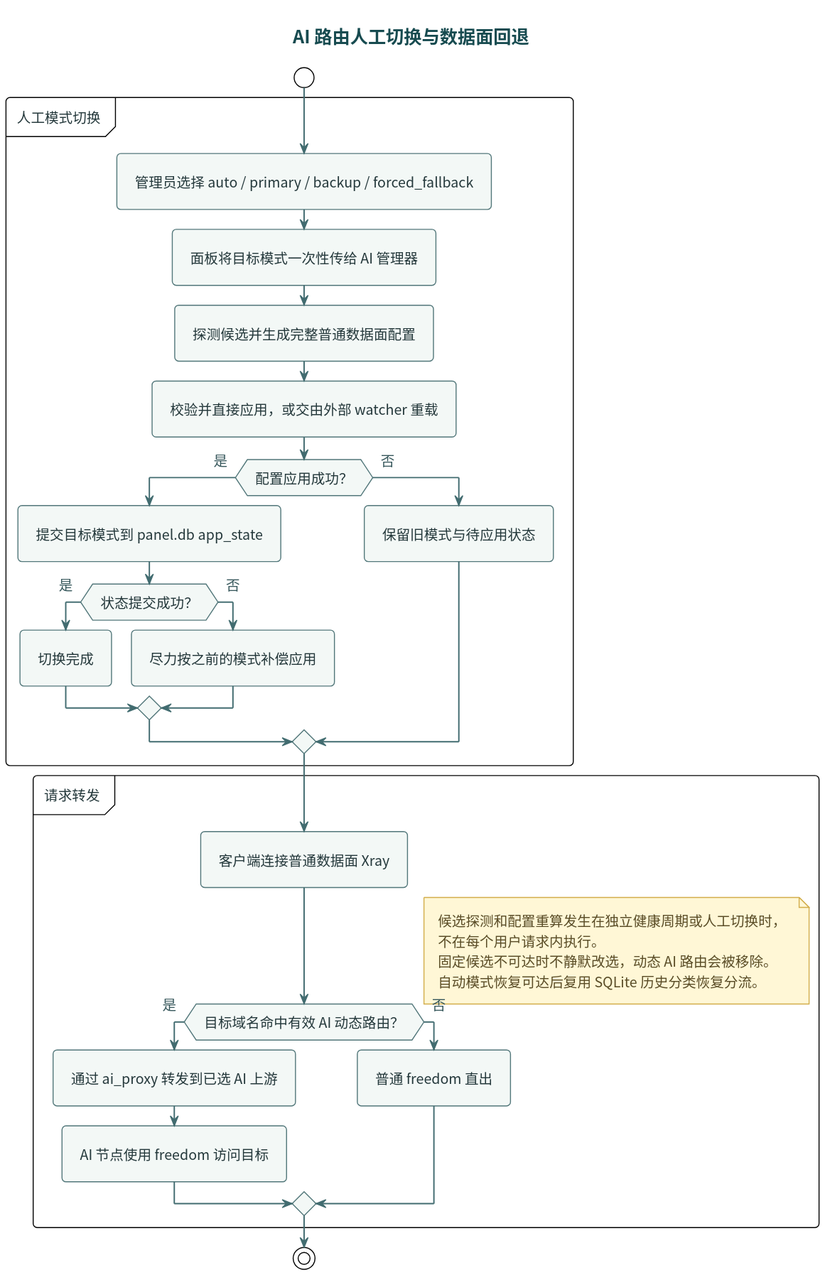
i-zrhe2016/ai-routing-panel keeps this PlantUML diagram as docs/diagrams/ai-routing-flow.svg. Above is the earlier version.
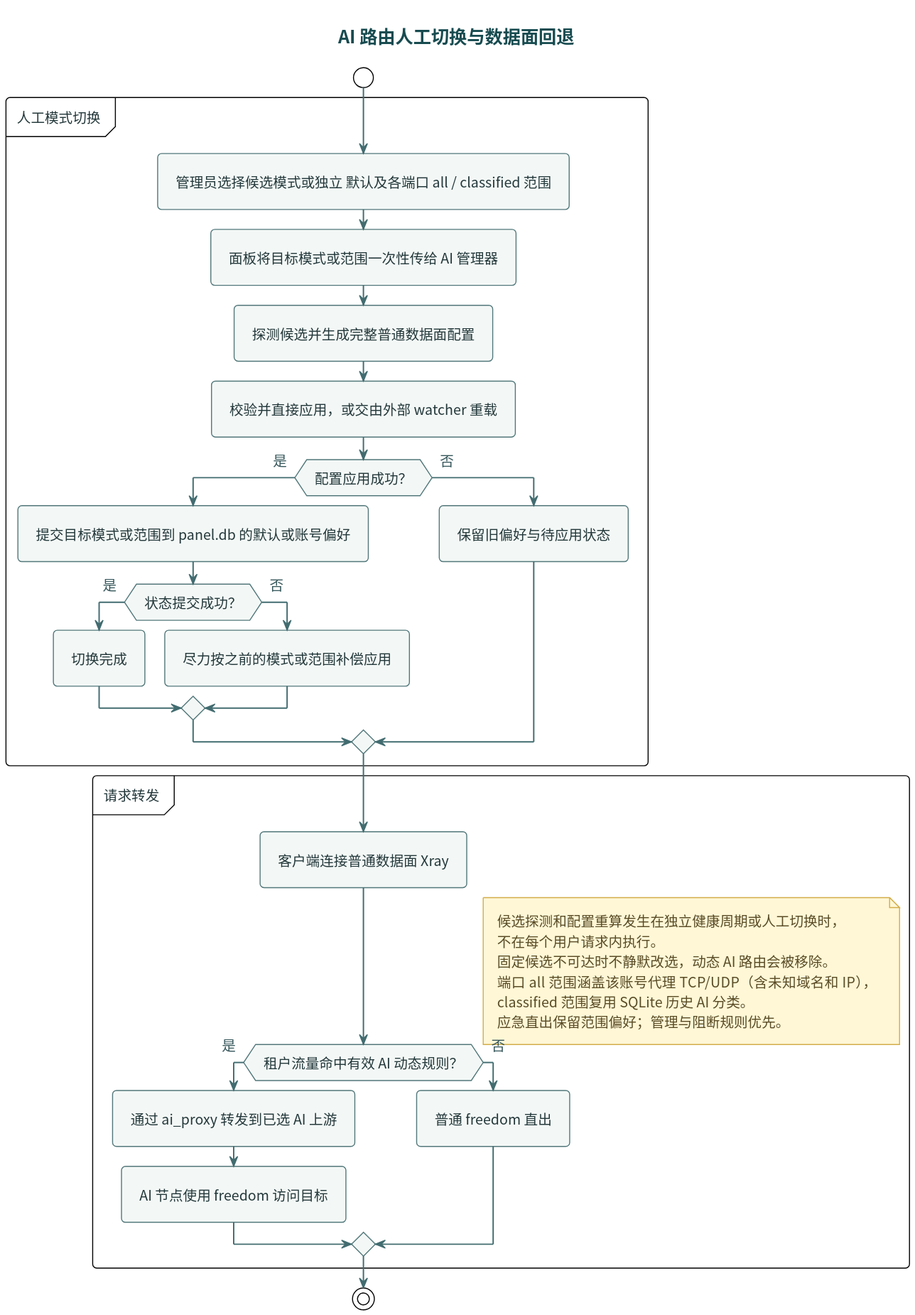
The same file after the commit.

Change to the diagram source:
```diff
@@ -4,24 +4,24 @@
 
 start
 partition "人工模式切换" {
-  :管理员选择 auto / primary / backup / forced_fallback;
-  :面板将目标模式一次性传给 AI 管理器;
+  :管理员选择候选模式或独立 默认及各端口 all / classified 范围;
+  :面板将目标模式或范围一次性传给 AI 管理器;
   :探测候选并生成完整普通数据面配置;
   :校验并直接应用，或交由外部 watcher 重载;
   if (配置应用成功？) then (是)
-    :提交目标模式到 panel.db app_state;
+    :提交目标模式或范围到 panel.db 的默认或账号偏好;
     if (状态提交成功？) then (是)
       :切换完成;
     else (否)
-      :尽力按之前的模式补偿应用;
+      :尽力按之前的模式或范围补偿应用;
     endif
   else (否)
-    :保留旧模式与待应用状态;
+    :保留旧偏好与待应用状态;
   endif
 }
 partition "请求转发" {
   :客户端连接普通数据面 Xray;
-  if (目标域名命中有效 AI 动态路由？) then (是)
+  if (租户流量命中有效 AI 动态规则？) then (是)
     :通过 ai_proxy 转发到已选 AI 上游;
     :AI 节点使用 freedom 访问目标;
   else (否)
@@ -32,7 +32,9 @@
   候选探测和配置重算发生在独立健康周期或人工切换时，
   不在每个用户请求内执行。
   固定候选不可达时不静默改选，动态 AI 路由会被移除。
-  自动模式恢复可达后复用 SQLite 历史分类恢复分流。
+  端口 all 范围涵盖该账号代理 TCP/UDP（含未知域名和 IP），
+  classified 范围复用 SQLite 历史 AI 分类。
+  应急直出保留范围偏好；管理与阻断规则优先。
 end note
 stop
 @enduml
```
